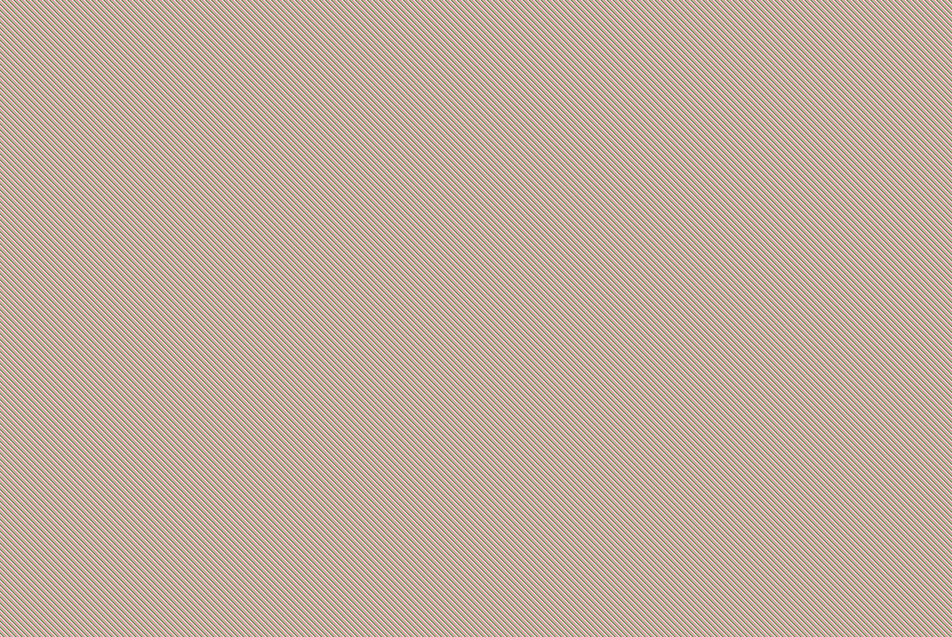
Before: classes/BaseAWSItemSchemas.drawio.png, a diagram exported from draw.io (awsomegui-capstone/diagrams). Source tidied: cells renumbered, new cells last; positions are measured from the earlier drawing's top-left corner, leaving out a move shared by most shapes.
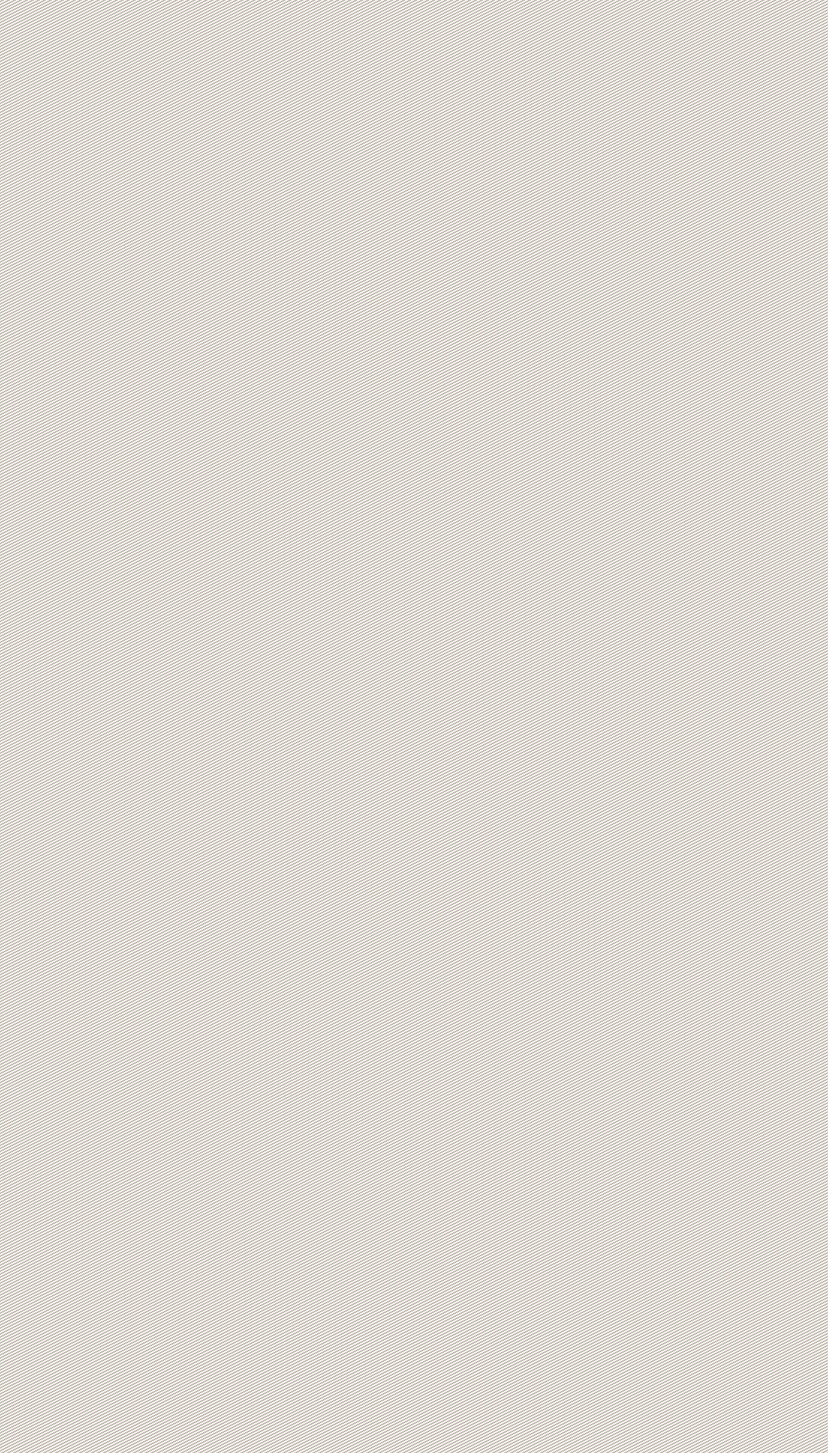
After the commit.

Change to the diagram source:
```diff
@@ -5,3 +5,3 @@
     <mxCell id="2" value="AWSItem" style="swimlane;fontStyle=0;horizontal=1;startSize=30;" parent="1" vertex="1">
-      <mxGeometry x="530" width="140" height="90" as="geometry" />
+      <mxGeometry x="-135" y="-230" width="140" height="90" as="geometry" />
     </mxCell>
@@ -14,3 +14,3 @@
     <mxCell id="5" value="VPC" style="swimlane;fontStyle=0;horizontal=1;startSize=30;" parent="1" vertex="1">
-      <mxGeometry y="160" width="160" height="90" as="geometry" />
+      <mxGeometry x="-220" y="-30" width="160" height="360" as="geometry" />
     </mxCell>
@@ -19,7 +19,34 @@
     </mxCell>
-    <mxCell id="7" value="properties &gt; Object" style="text;strokeColor=none;fillColor=none;align=left;verticalAlign=middle;spacingLeft=4;spacingRight=4;overflow=hidden;" parent="5" vertex="1">
-      <mxGeometry y="60" width="160" height="30" as="geometry" />
-    </mxCell>
+    <mxCell id="44" value="Properties" style="swimlane;fontStyle=0;horizontal=1;startSize=30;" parent="5" vertex="1">
+      <mxGeometry y="60" width="160" height="120" as="geometry" />
+    </mxCell>
+    <mxCell id="45" value="CidrBlock &gt; String" style="text;strokeColor=none;fillColor=none;align=left;verticalAlign=middle;spacingLeft=4;spacingRight=4;overflow=hidden;" parent="44" vertex="1">
+      <mxGeometry y="30" width="160" height="30" as="geometry" />
+    </mxCell>
+    <mxCell id="46" value="InstanceTenency &gt; String" style="text;strokeColor=none;fillColor=none;align=left;verticalAlign=middle;spacingLeft=4;spacingRight=4;overflow=hidden;" parent="44" vertex="1">
+      <mxGeometry y="60" width="160" height="30" as="geometry" />
+    </mxCell>
+    <mxCell id="47" value="Tags &gt; List [String]" style="text;strokeColor=none;fillColor=none;align=left;verticalAlign=middle;spacingLeft=4;spacingRight=4;overflow=hidden;" parent="44" vertex="1">
+      <mxGeometry y="90" width="160" height="30" as="geometry" />
+    </mxCell>
+    <mxCell id="48" value="Appearance" style="swimlane;fontStyle=0;horizontal=1;startSize=30;" parent="5" vertex="1">
+      <mxGeometry y="180" width="160" height="180" as="geometry" />
+    </mxCell>
+    <mxCell id="49" value="Height &gt; Integer" style="text;strokeColor=none;fillColor=none;align=left;verticalAlign=middle;spacingLeft=4;spacingRight=4;overflow=hidden;" parent="48" vertex="1">
+      <mxGeometry y="30" width="160" height="30" as="geometry" />
+    </mxCell>
+    <mxCell id="50" value="Width &gt; Integer" style="text;strokeColor=none;fillColor=none;align=left;verticalAlign=middle;spacingLeft=4;spacingRight=4;overflow=hidden;" parent="48" vertex="1">
+      <mxGeometry y="60" width="160" height="30" as="geometry" />
+    </mxCell>
+    <mxCell id="51" value="positionX &gt; Integer" style="text;strokeColor=none;fillColor=none;align=left;verticalAlign=middle;spacingLeft=4;spacingRight=4;overflow=hidden;" parent="48" vertex="1">
+      <mxGeometry y="90" width="160" height="30" as="geometry" />
+    </mxCell>
+    <mxCell id="52" value="positionY &gt; Integer" style="text;strokeColor=none;fillColor=none;align=left;verticalAlign=middle;spacingLeft=4;spacingRight=4;overflow=hidden;" parent="48" vertex="1">
+      <mxGeometry y="120" width="160" height="30" as="geometry" />
+    </mxCell>
+    <mxCell id="53" value="image &gt; String" style="text;strokeColor=none;fillColor=none;align=left;verticalAlign=middle;spacingLeft=4;spacingRight=4;overflow=hidden;" parent="48" vertex="1">
+      <mxGeometry y="150" width="160" height="30" as="geometry" />
+    </mxCell>
     <mxCell id="8" value="VPCCidrBlock" style="swimlane;fontStyle=0;horizontal=1;startSize=30;" parent="1" vertex="1">
-      <mxGeometry x="220" y="160" width="210" height="90" as="geometry" />
+      <mxGeometry x="60" y="70" width="210" height="150" as="geometry" />
     </mxCell>
@@ -28,7 +55,13 @@
     </mxCell>
-    <mxCell id="10" value="properties &gt; Object" style="text;strokeColor=none;fillColor=none;align=left;verticalAlign=middle;spacingLeft=4;spacingRight=4;overflow=hidden;" parent="8" vertex="1">
-      <mxGeometry y="60" width="210" height="30" as="geometry" />
-    </mxCell>
+    <mxCell id="54" value="Properties" style="swimlane;fontStyle=0;horizontal=1;startSize=30;" parent="8" vertex="1">
+      <mxGeometry y="60" width="210" height="90" as="geometry" />
+    </mxCell>
+    <mxCell id="55" value="CidrBlock &gt; String" style="text;strokeColor=none;fillColor=none;align=left;verticalAlign=middle;spacingLeft=4;spacingRight=4;overflow=hidden;" parent="54" vertex="1">
+      <mxGeometry y="30" width="210" height="30" as="geometry" />
+    </mxCell>
+    <mxCell id="56" value="VpcId &gt; String" style="text;strokeColor=none;fillColor=none;align=left;verticalAlign=middle;spacingLeft=4;spacingRight=4;overflow=hidden;" parent="54" vertex="1">
+      <mxGeometry y="60" width="210" height="30" as="geometry" />
+    </mxCell>
     <mxCell id="11" value="NetworkAclEntry" style="swimlane;fontStyle=0;horizontal=1;startSize=30;" parent="1" vertex="1">
-      <mxGeometry x="740" y="150" width="210" height="90" as="geometry" />
+      <mxGeometry x="-170" y="1590" width="210" height="90" as="geometry" />
     </mxCell>
@@ -41,3 +74,3 @@
     <mxCell id="14" value="Subnet" style="swimlane;fontStyle=0;horizontal=1;startSize=30;" parent="1" vertex="1">
-      <mxGeometry y="370" width="160" height="90" as="geometry" />
+      <mxGeometry x="-635" y="800" width="160" height="390" as="geometry" />
     </mxCell>
@@ -46,7 +79,37 @@
     </mxCell>
-    <mxCell id="16" value="properties &gt; Object" style="text;strokeColor=none;fillColor=none;align=left;verticalAlign=middle;spacingLeft=4;spacingRight=4;overflow=hidden;" parent="14" vertex="1">
-      <mxGeometry y="60" width="160" height="30" as="geometry" />
-    </mxCell>
+    <mxCell id="57" value="Properties" style="swimlane;fontStyle=0;horizontal=1;startSize=30;" parent="14" vertex="1">
+      <mxGeometry y="60" width="160" height="150" as="geometry" />
+    </mxCell>
+    <mxCell id="58" value="AvailabilityZone &gt; String" style="text;strokeColor=none;fillColor=none;align=left;verticalAlign=middle;spacingLeft=4;spacingRight=4;overflow=hidden;" parent="57" vertex="1">
+      <mxGeometry y="30" width="160" height="30" as="geometry" />
+    </mxCell>
+    <mxCell id="59" value="CidrBlock &gt; String" style="text;strokeColor=none;fillColor=none;align=left;verticalAlign=middle;spacingLeft=4;spacingRight=4;overflow=hidden;" parent="57" vertex="1">
+      <mxGeometry y="60" width="160" height="30" as="geometry" />
+    </mxCell>
+    <mxCell id="60" value="Tags &gt; List [String]" style="text;strokeColor=none;fillColor=none;align=left;verticalAlign=middle;spacingLeft=4;spacingRight=4;overflow=hidden;" parent="57" vertex="1">
+      <mxGeometry y="90" width="160" height="30" as="geometry" />
+    </mxCell>
+    <mxCell id="61" value="VpcId &gt; String" style="text;strokeColor=none;fillColor=none;align=left;verticalAlign=middle;spacingLeft=4;spacingRight=4;overflow=hidden;" parent="57" vertex="1">
+      <mxGeometry y="120" width="160" height="30" as="geometry" />
+    </mxCell>
+    <mxCell id="62" value="Appearance" style="swimlane;fontStyle=0;horizontal=1;startSize=30;" parent="14" vertex="1">
+      <mxGeometry y="210" width="160" height="180" as="geometry" />
+    </mxCell>
+    <mxCell id="63" value="Height &gt; Integer" style="text;strokeColor=none;fillColor=none;align=left;verticalAlign=middle;spacingLeft=4;spacingRight=4;overflow=hidden;" parent="62" vertex="1">
+      <mxGeometry y="30" width="160" height="30" as="geometry" />
+    </mxCell>
+    <mxCell id="64" value="Width &gt; Integer" style="text;strokeColor=none;fillColor=none;align=left;verticalAlign=middle;spacingLeft=4;spacingRight=4;overflow=hidden;" parent="62" vertex="1">
+      <mxGeometry y="60" width="160" height="30" as="geometry" />
+    </mxCell>
+    <mxCell id="65" value="positionX &gt; Integer" style="text;strokeColor=none;fillColor=none;align=left;verticalAlign=middle;spacingLeft=4;spacingRight=4;overflow=hidden;" parent="62" vertex="1">
+      <mxGeometry y="90" width="160" height="30" as="geometry" />
+    </mxCell>
+    <mxCell id="66" value="positionY &gt; Integer" style="text;strokeColor=none;fillColor=none;align=left;verticalAlign=middle;spacingLeft=4;spacingRight=4;overflow=hidden;" parent="62" vertex="1">
+      <mxGeometry y="120" width="160" height="30" as="geometry" />
+    </mxCell>
+    <mxCell id="67" value="image &gt; String" style="text;strokeColor=none;fillColor=none;align=left;verticalAlign=middle;spacingLeft=4;spacingRight=4;overflow=hidden;" parent="62" vertex="1">
+      <mxGeometry y="150" width="160" height="30" as="geometry" />
+    </mxCell>
     <mxCell id="17" value="SubnetRouteTableAssociation" style="swimlane;fontStyle=0;horizontal=1;startSize=30;" parent="1" vertex="1">
-      <mxGeometry x="220" y="370" width="290" height="90" as="geometry" />
+      <mxGeometry x="-415" y="910" width="290" height="150" as="geometry" />
     </mxCell>
@@ -55,7 +118,13 @@
     </mxCell>
-    <mxCell id="19" value="properties &gt; Object" style="text;strokeColor=none;fillColor=none;align=left;verticalAlign=middle;spacingLeft=4;spacingRight=4;overflow=hidden;" parent="17" vertex="1">
-      <mxGeometry y="60" width="290" height="30" as="geometry" />
-    </mxCell>
+    <mxCell id="68" value="Properties" style="swimlane;fontStyle=0;horizontal=1;startSize=30;" parent="17" vertex="1">
+      <mxGeometry y="60" width="290" height="90" as="geometry" />
+    </mxCell>
+    <mxCell id="69" value="RouteTableId &gt; String" style="text;strokeColor=none;fillColor=none;align=left;verticalAlign=middle;spacingLeft=4;spacingRight=4;overflow=hidden;" parent="68" vertex="1">
+      <mxGeometry y="30" width="290" height="30" as="geometry" />
+    </mxCell>
+    <mxCell id="70" value="SubnetId &gt; String" style="text;strokeColor=none;fillColor=none;align=left;verticalAlign=middle;spacingLeft=4;spacingRight=4;overflow=hidden;" parent="68" vertex="1">
+      <mxGeometry y="60" width="290" height="30" as="geometry" />
+    </mxCell>
     <mxCell id="20" value="RouteTable" style="swimlane;fontStyle=0;horizontal=1;startSize=30;" parent="1" vertex="1">
-      <mxGeometry y="560" width="210" height="90" as="geometry" />
+      <mxGeometry x="-55" y="830" width="210" height="330" as="geometry" />
     </mxCell>
@@ -64,7 +133,31 @@
     </mxCell>
-    <mxCell id="22" value="properties &gt; Object" style="text;strokeColor=none;fillColor=none;align=left;verticalAlign=middle;spacingLeft=4;spacingRight=4;overflow=hidden;" parent="20" vertex="1">
-      <mxGeometry y="60" width="210" height="30" as="geometry" />
-    </mxCell>
+    <mxCell id="71" value="Properties" style="swimlane;fontStyle=0;horizontal=1;startSize=30;" parent="20" vertex="1">
+      <mxGeometry y="60" width="210" height="90" as="geometry" />
+    </mxCell>
+    <mxCell id="72" value="Tags &gt; List [String]" style="text;strokeColor=none;fillColor=none;align=left;verticalAlign=middle;spacingLeft=4;spacingRight=4;overflow=hidden;" parent="71" vertex="1">
+      <mxGeometry y="30" width="210" height="30" as="geometry" />
+    </mxCell>
+    <mxCell id="73" value="VpcId &gt; String" style="text;strokeColor=none;fillColor=none;align=left;verticalAlign=middle;spacingLeft=4;spacingRight=4;overflow=hidden;" parent="71" vertex="1">
+      <mxGeometry y="60" width="210" height="30" as="geometry" />
+    </mxCell>
+    <mxCell id="74" value="Appearance" style="swimlane;fontStyle=0;horizontal=1;startSize=30;" parent="20" vertex="1">
+      <mxGeometry y="150" width="210" height="180" as="geometry" />
+    </mxCell>
+    <mxCell id="75" value="Height &gt; Integer" style="text;strokeColor=none;fillColor=none;align=left;verticalAlign=middle;spacingLeft=4;spacingRight=4;overflow=hidden;" parent="74" vertex="1">
+      <mxGeometry y="30" width="210" height="30" as="geometry" />
+    </mxCell>
+    <mxCell id="76" value="Width &gt; Integer" style="text;strokeColor=none;fillColor=none;align=left;verticalAlign=middle;spacingLeft=4;spacingRight=4;overflow=hidden;" parent="74" vertex="1">
+      <mxGeometry y="60" width="210" height="30" as="geometry" />
+    </mxCell>
+    <mxCell id="77" value="positionX &gt; Integer" style="text;strokeColor=none;fillColor=none;align=left;verticalAlign=middle;spacingLeft=4;spacingRight=4;overflow=hidden;" parent="74" vertex="1">
+      <mxGeometry y="90" width="210" height="30" as="geometry" />
+    </mxCell>
+    <mxCell id="78" value="positionY &gt; Integer" style="text;strokeColor=none;fillColor=none;align=left;verticalAlign=middle;spacingLeft=4;spacingRight=4;overflow=hidden;" parent="74" vertex="1">
+      <mxGeometry y="120" width="210" height="30" as="geometry" />
+    </mxCell>
+    <mxCell id="79" value="image &gt; String" style="text;strokeColor=none;fillColor=none;align=left;verticalAlign=middle;spacingLeft=4;spacingRight=4;overflow=hidden;" parent="74" vertex="1">
+      <mxGeometry y="150" width="210" height="30" as="geometry" />
+    </mxCell>
     <mxCell id="23" value="Route" style="swimlane;fontStyle=0;horizontal=1;startSize=30;" parent="1" vertex="1">
-      <mxGeometry x="270" y="560" width="210" height="90" as="geometry" />
+      <mxGeometry x="245" y="895" width="210" height="180" as="geometry" />
     </mxCell>
@@ -73,7 +166,16 @@
     </mxCell>
-    <mxCell id="25" value="properties &gt; Object" style="text;strokeColor=none;fillColor=none;align=left;verticalAlign=middle;spacingLeft=4;spacingRight=4;overflow=hidden;" parent="23" vertex="1">
-      <mxGeometry y="60" width="210" height="30" as="geometry" />
-    </mxCell>
+    <mxCell id="80" value="Properties" style="swimlane;fontStyle=0;horizontal=1;startSize=30;" parent="23" vertex="1">
+      <mxGeometry y="60" width="210" height="120" as="geometry" />
+    </mxCell>
+    <mxCell id="81" value="DestinationCidrBlock &gt; String" style="text;strokeColor=none;fillColor=none;align=left;verticalAlign=middle;spacingLeft=4;spacingRight=4;overflow=hidden;" parent="80" vertex="1">
+      <mxGeometry y="30" width="210" height="30" as="geometry" />
+    </mxCell>
+    <mxCell id="82" value="GatewayId &gt; String" style="text;strokeColor=none;fillColor=none;align=left;verticalAlign=middle;spacingLeft=4;spacingRight=4;overflow=hidden;" parent="80" vertex="1">
+      <mxGeometry y="60" width="210" height="30" as="geometry" />
+    </mxCell>
+    <mxCell id="83" value="RouteTableId &gt; String" style="text;strokeColor=none;fillColor=none;align=left;verticalAlign=middle;spacingLeft=4;spacingRight=4;overflow=hidden;" parent="80" vertex="1">
+      <mxGeometry y="90" width="210" height="30" as="geometry" />
+    </mxCell>
     <mxCell id="26" value="InternetGateway" style="swimlane;fontStyle=0;horizontal=1;startSize=30;" parent="1" vertex="1">
-      <mxGeometry x="720" y="330" width="210" height="90" as="geometry" />
+      <mxGeometry x="-245" y="420" width="210" height="300" as="geometry" />
     </mxCell>
@@ -82,7 +184,28 @@
     </mxCell>
-    <mxCell id="28" value="properties &gt; Object" style="text;strokeColor=none;fillColor=none;align=left;verticalAlign=middle;spacingLeft=4;spacingRight=4;overflow=hidden;" parent="26" vertex="1">
-      <mxGeometry y="60" width="210" height="30" as="geometry" />
-    </mxCell>
+    <mxCell id="84" value="Properties" style="swimlane;fontStyle=0;horizontal=1;startSize=30;" parent="26" vertex="1">
+      <mxGeometry y="60" width="210" height="60" as="geometry" />
+    </mxCell>
+    <mxCell id="85" value="Tags &gt; List [String]" style="text;strokeColor=none;fillColor=none;align=left;verticalAlign=middle;spacingLeft=4;spacingRight=4;overflow=hidden;" parent="84" vertex="1">
+      <mxGeometry y="30" width="210" height="30" as="geometry" />
+    </mxCell>
+    <mxCell id="86" value="Appearance" style="swimlane;fontStyle=0;horizontal=1;startSize=30;" parent="26" vertex="1">
+      <mxGeometry y="120" width="210" height="180" as="geometry" />
+    </mxCell>
+    <mxCell id="87" value="Height &gt; Integer" style="text;strokeColor=none;fillColor=none;align=left;verticalAlign=middle;spacingLeft=4;spacingRight=4;overflow=hidden;" parent="86" vertex="1">
+      <mxGeometry y="30" width="210" height="30" as="geometry" />
+    </mxCell>
+    <mxCell id="88" value="Width &gt; Integer" style="text;strokeColor=none;fillColor=none;align=left;verticalAlign=middle;spacingLeft=4;spacingRight=4;overflow=hidden;" parent="86" vertex="1">
+      <mxGeometry y="60" width="210" height="30" as="geometry" />
+    </mxCell>
+    <mxCell id="89" value="positionX &gt; Integer" style="text;strokeColor=none;fillColor=none;align=left;verticalAlign=middle;spacingLeft=4;spacingRight=4;overflow=hidden;" parent="86" vertex="1">
+      <mxGeometry y="90" width="210" height="30" as="geometry" />
+    </mxCell>
+    <mxCell id="90" value="positionY &gt; Integer" style="text;strokeColor=none;fillColor=none;align=left;verticalAlign=middle;spacingLeft=4;spacingRight=4;overflow=hidden;" parent="86" vertex="1">
+      <mxGeometry y="120" width="210" height="30" as="geometry" />
+    </mxCell>
+    <mxCell id="91" value="image &gt; String" style="text;strokeColor=none;fillColor=none;align=left;verticalAlign=middle;spacingLeft=4;spacingRight=4;overflow=hidden;" parent="86" vertex="1">
+      <mxGeometry y="150" width="210" height="30" as="geometry" />
+    </mxCell>
     <mxCell id="29" value="VPCGatewayAttachment" style="swimlane;fontStyle=0;horizontal=1;startSize=30;" parent="1" vertex="1">
-      <mxGeometry x="640" y="590" width="260" height="90" as="geometry" />
+      <mxGeometry x="70" y="495" width="260" height="150" as="geometry" />
     </mxCell>
@@ -91,7 +214,13 @@
     </mxCell>
-    <mxCell id="31" value="properties &gt; Object" style="text;strokeColor=none;fillColor=none;align=left;verticalAlign=middle;spacingLeft=4;spacingRight=4;overflow=hidden;" parent="29" vertex="1">
-      <mxGeometry y="60" width="260" height="30" as="geometry" />
-    </mxCell>
+    <mxCell id="92" value="Properties" style="swimlane;fontStyle=0;horizontal=1;startSize=30;" parent="29" vertex="1">
+      <mxGeometry y="60" width="260" height="90" as="geometry" />
+    </mxCell>
+    <mxCell id="93" value="InternetGatewayId &gt; String" style="text;strokeColor=none;fillColor=none;align=left;verticalAlign=middle;spacingLeft=4;spacingRight=4;overflow=hidden;" parent="92" vertex="1">
+      <mxGeometry y="30" width="260" height="30" as="geometry" />
+    </mxCell>
+    <mxCell id="94" value="VpcId &gt; String" style="text;strokeColor=none;fillColor=none;align=left;verticalAlign=middle;spacingLeft=4;spacingRight=4;overflow=hidden;" parent="92" vertex="1">
+      <mxGeometry y="60" width="260" height="30" as="geometry" />
+    </mxCell>
     <mxCell id="32" value="NetworkAcl" style="swimlane;fontStyle=0;horizontal=1;startSize=30;" parent="1" vertex="1">
-      <mxGeometry y="760" width="210" height="90" as="geometry" />
+      <mxGeometry x="-490" y="1560" width="210" height="150" as="geometry" />
     </mxCell>
@@ -100,7 +229,13 @@
     </mxCell>
-    <mxCell id="34" value="properties &gt; Object" style="text;strokeColor=none;fillColor=none;align=left;verticalAlign=middle;spacingLeft=4;spacingRight=4;overflow=hidden;" parent="32" vertex="1">
-      <mxGeometry y="60" width="210" height="30" as="geometry" />
-    </mxCell>
+    <mxCell id="95" value="Properties" style="swimlane;fontStyle=0;horizontal=1;startSize=30;" parent="32" vertex="1">
+      <mxGeometry y="60" width="210" height="90" as="geometry" />
+    </mxCell>
+    <mxCell id="96" value="Tags &gt; List [String]" style="text;strokeColor=none;fillColor=none;align=left;verticalAlign=middle;spacingLeft=4;spacingRight=4;overflow=hidden;" parent="95" vertex="1">
+      <mxGeometry y="30" width="210" height="30" as="geometry" />
+    </mxCell>
+    <mxCell id="97" value="VpcId &gt; String" style="text;strokeColor=none;fillColor=none;align=left;verticalAlign=middle;spacingLeft=4;spacingRight=4;overflow=hidden;" parent="95" vertex="1">
+      <mxGeometry y="60" width="210" height="30" as="geometry" />
+    </mxCell>
     <mxCell id="35" value="SecurityGroup" style="swimlane;fontStyle=0;horizontal=1;startSize=30;" parent="1" vertex="1">
-      <mxGeometry x="1050" y="295" width="210" height="90" as="geometry" />
+      <mxGeometry x="-650" y="1310" width="210" height="90" as="geometry" />
     </mxCell>
@@ -113,3 +248,3 @@
     <mxCell id="38" value="SecurityGroupEgress" style="swimlane;fontStyle=0;horizontal=1;startSize=30;" parent="1" vertex="1">
-      <mxGeometry x="1030" y="20" width="240" height="90" as="geometry" />
+      <mxGeometry x="-295" y="1310" width="240" height="90" as="geometry" />
     </mxCell>
@@ -121,4 +256,4 @@
     </mxCell>
-    <mxCell id="41" value="v" style="swimlane;fontStyle=0;horizontal=1;startSize=30;" parent="1" vertex="1">
-      <mxGeometry x="1010" y="600" width="240" height="90" as="geometry" />
+    <mxCell id="41" value="SecurityGroupIngress" style="swimlane;fontStyle=0;horizontal=1;startSize=30;" parent="1" vertex="1">
+      <mxGeometry x="65" y="1310" width="240" height="90" as="geometry" />
     </mxCell>
```
